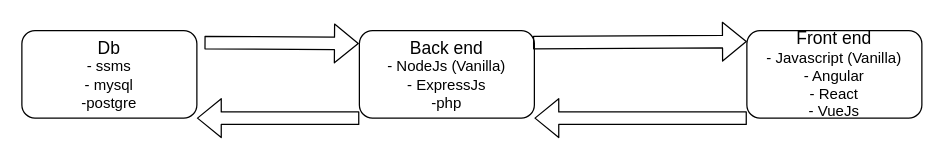
The draw.io diagram fullstack.drawio in Caven15/nodeJsDemo, before the edit. Source tidied: cells renumbered, new cells numbered last; positions are measured from the earlier drawing's top-left corner, leaving out a move shared by most shapes. Both pictures are drawn from the tidied source at 125%, with x=0, y=0 at pixel (21, 30).
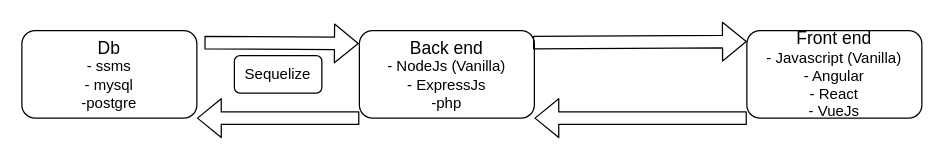
After the change.

Commit message (it also covers changes not shown here):
fusion sequelize + ApiRest(NodeJs)

Change to the diagram source:
```diff
@@
 <mxGraphModel>
   <root>
     <mxCell id="0" />
     <mxCell id="1" parent="0" />
     <mxCell id="2" value="&lt;font style=&quot;font-size: 14px;&quot;&gt;Db&lt;br&gt;&lt;/font&gt;- ssms&lt;br&gt;- mysql&lt;br&gt;-postgre" style="rounded=1;whiteSpace=wrap;html=1;" parent="1" vertex="1">
       <mxGeometry width="140" height="70" as="geometry" />
     </mxCell>
     <mxCell id="3" value="&lt;font style=&quot;font-size: 14px;&quot;&gt;Back end&lt;br&gt;&lt;/font&gt;- NodeJs (Vanilla)&lt;br&gt;- ExpressJs&lt;br&gt;-php" style="rounded=1;whiteSpace=wrap;html=1;" parent="1" vertex="1">
       <mxGeometry x="270" width="140" height="70" as="geometry" />
     </mxCell>
     <mxCell id="4" value="&lt;font style=&quot;font-size: 14px;&quot;&gt;Front end&lt;/font&gt;&lt;br&gt;- Javascript (Vanilla)&lt;br&gt;- Angular&lt;br&gt;- React&lt;br&gt;- VueJs" style="rounded=1;whiteSpace=wrap;html=1;" parent="1" vertex="1">
       <mxGeometry x="580" width="140" height="70" as="geometry" />
     </mxCell>
     <mxCell id="5" style="shape=flexArrow;endArrow=classic;html=1;exitX=0;exitY=1;exitDx=0;exitDy=0;entryX=1;entryY=1;entryDx=0;entryDy=0;" parent="1" edge="1" source="4" target="3">
       <mxGeometry relative="1" as="geometry" />
     </mxCell>
     <mxCell id="6" style="shape=flexArrow;endArrow=classic;html=1;exitX=0;exitY=1;exitDx=0;exitDy=0;entryX=1;entryY=1;entryDx=0;entryDy=0;" parent="1" edge="1" source="3" target="2">
       <mxGeometry relative="1" as="geometry" />
     </mxCell>
     <mxCell id="7" style="shape=flexArrow;endArrow=classic;html=1;exitX=1.043;exitY=0.137;exitDx=0;exitDy=0;entryX=-0.003;entryY=0.148;entryDx=0;entryDy=0;exitPerimeter=0;entryPerimeter=0;" parent="1" edge="1" source="2" target="3">
       <mxGeometry relative="1" as="geometry" />
     </mxCell>
     <mxCell id="8" style="shape=flexArrow;endArrow=classic;html=1;exitX=0.992;exitY=0.137;exitDx=0;exitDy=0;entryX=0;entryY=0.125;entryDx=0;entryDy=0;exitPerimeter=0;entryPerimeter=0;" parent="1" edge="1" source="3" target="4">
       <mxGeometry relative="1" as="geometry" />
     </mxCell>
+    <mxCell id="9" value="Sequelize" style="rounded=1;whiteSpace=wrap;html=1;" parent="1" vertex="1">
+      <mxGeometry x="170" y="20" width="70" height="30" as="geometry" />
+    </mxCell>
   </root>
 </mxGraphModel>
```
